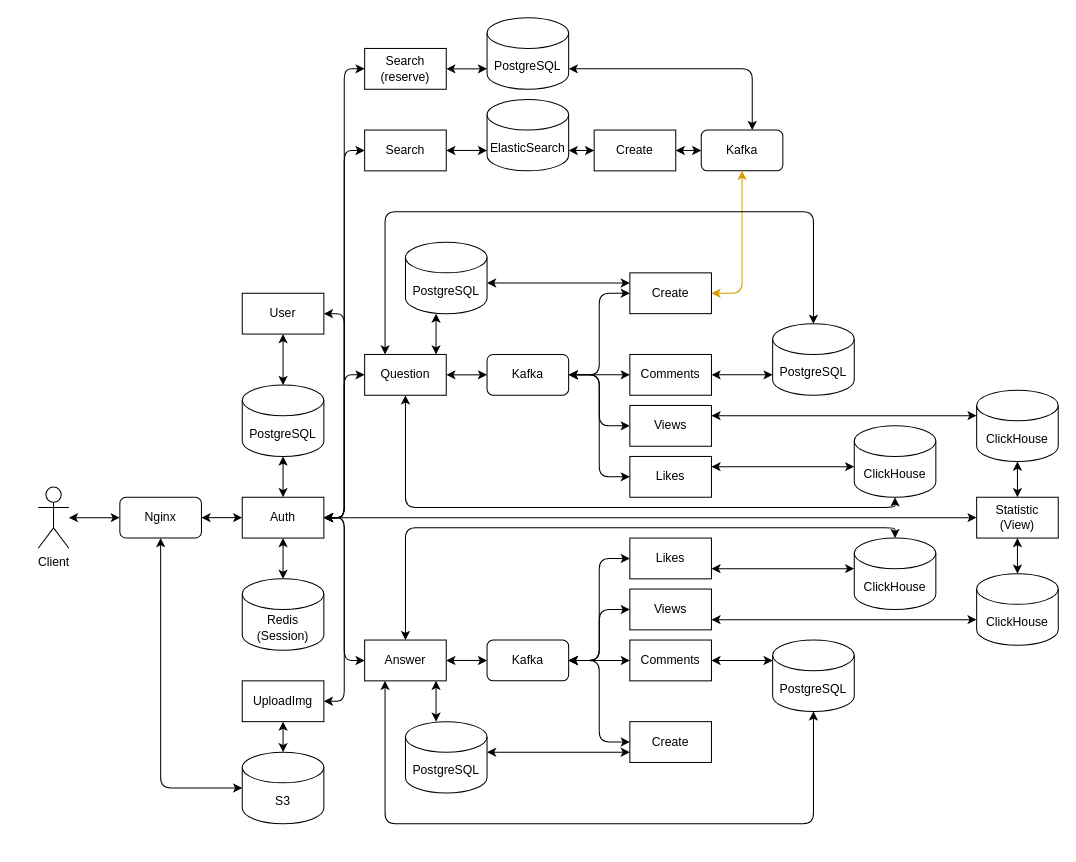
mihaillatyshov/TP-Highload-2023H2 keeps this draw.io diagram as bp_project.drawio. Above is the earlier version. Source tidied: cells renumbered, new cells numbered last; positions are measured from the earlier drawing's top-left corner, leaving out a move shared by most shapes. Both pictures are drawn from the tidied source at 102%, with x=0, y=0 at pixel (38, 17).
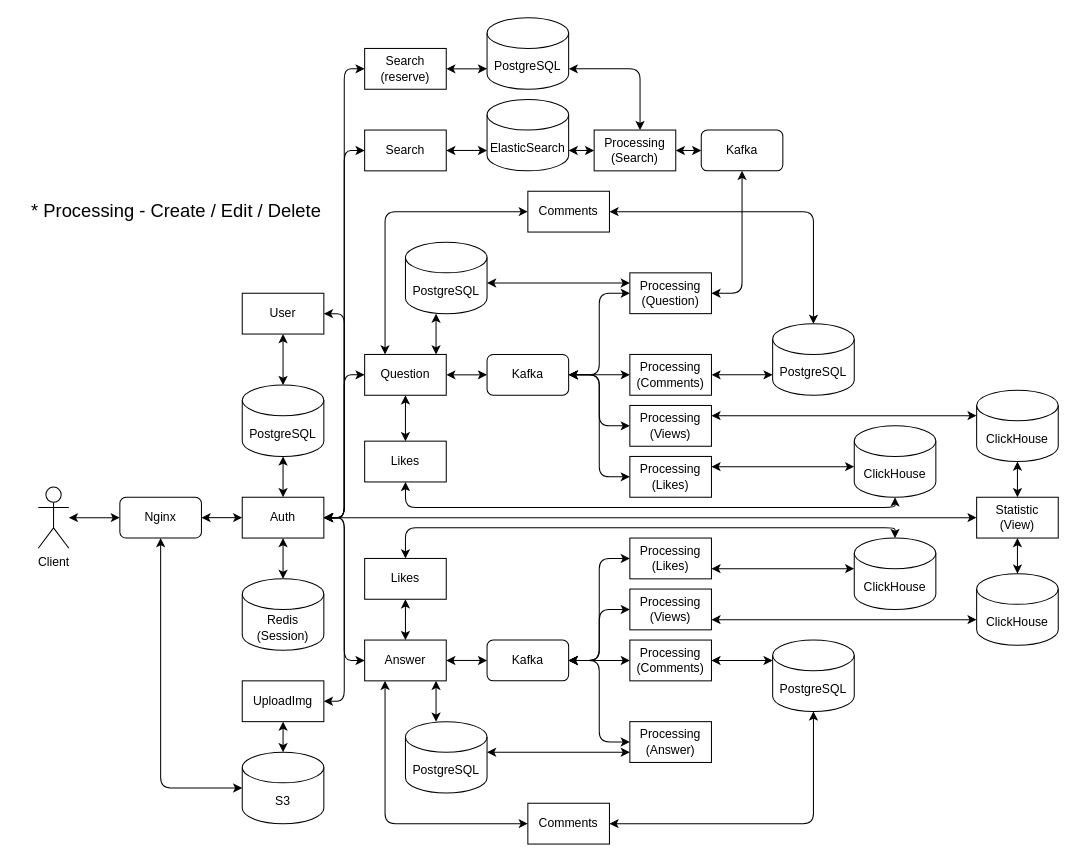
Above is the later version.

Unchanged cells that the change refers to:
```xml
<mxCell id="16" value="Question" style="rounded=0;whiteSpace=wrap;html=1;" parent="1" vertex="1">
  <mxGeometry x="320" y="330" width="80" height="40" as="geometry" />
</mxCell>
<mxCell id="31" value="Answer" style="rounded=0;whiteSpace=wrap;html=1;" parent="1" vertex="1">
  <mxGeometry x="320" y="610" width="80" height="40" as="geometry" />
</mxCell>
<mxCell id="39" value="ClickHouse" style="shape=cylinder3;whiteSpace=wrap;html=1;boundedLbl=1;backgroundOutline=1;size=15;" parent="1" vertex="1">
  <mxGeometry x="800" y="400" width="80" height="70" as="geometry" />
</mxCell>
<mxCell id="52" value="ClickHouse" style="shape=cylinder3;whiteSpace=wrap;html=1;boundedLbl=1;backgroundOutline=1;size=15;" parent="1" vertex="1">
  <mxGeometry x="800" y="510" width="80" height="70" as="geometry" />
</mxCell>
<mxCell id="54" value="PostgreSQL" style="shape=cylinder3;whiteSpace=wrap;html=1;boundedLbl=1;backgroundOutline=1;size=15;" parent="1" vertex="1">
  <mxGeometry x="720" y="300" width="80" height="70" as="geometry" />
</mxCell>
<mxCell id="56" value="PostgreSQL" style="shape=cylinder3;whiteSpace=wrap;html=1;boundedLbl=1;backgroundOutline=1;size=15;" parent="1" vertex="1">
  <mxGeometry x="720" y="610" width="80" height="70" as="geometry" />
</mxCell>
<mxCell id="73" value="Kafka" style="rounded=1;whiteSpace=wrap;html=1;" parent="1" vertex="1">
  <mxGeometry x="650" y="110" width="80" height="40" as="geometry" />
</mxCell>
<mxCell id="82" value="PostgreSQL" style="shape=cylinder3;whiteSpace=wrap;html=1;boundedLbl=1;backgroundOutline=1;size=15;" parent="1" vertex="1">
  <mxGeometry x="440" width="80" height="70" as="geometry" />
</mxCell>
```

What changed in the source:
```diff
@@
-    <mxCell id="28" value="Likes" style="rounded=0;whiteSpace=wrap;html=1;" parent="1" vertex="1">
+    <mxCell id="28" value="Processing&lt;br&gt;(Likes)" style="rounded=0;whiteSpace=wrap;html=1;" parent="1" vertex="1">
       <mxGeometry x="580" y="430" width="80" height="40" as="geometry" />
     </mxCell>
@@
-    <mxCell id="38" style="edgeStyle=elbowEdgeStyle;html=1;startArrow=classic;startFill=1;" parent="1" edge="1" source="39" target="16">
-      <mxGeometry relative="1" as="geometry">
-        <Array as="points">
-          <mxPoint x="540" y="480" />
-          <mxPoint x="560" y="490" />
-        </Array>
-      </mxGeometry>
+    <mxCell id="38" style="edgeStyle=elbowEdgeStyle;html=1;startArrow=classic;startFill=1;" parent="1" edge="1" source="89" target="16">
+      <mxGeometry relative="1" as="geometry" />
     </mxCell>
@@
-    <mxCell id="41" style="edgeStyle=elbowEdgeStyle;html=1;startArrow=classic;startFill=1;fillColor=#ffe6cc;strokeColor=#d79b00;elbow=vertical;" parent="1" edge="1" source="42" target="73">
+    <mxCell id="41" style="edgeStyle=elbowEdgeStyle;html=1;startArrow=classic;startFill=1;fillColor=#ffe6cc;strokeColor=default;elbow=vertical;" parent="1" edge="1" source="42" target="73">
       <mxGeometry relative="1" as="geometry">
         <Array as="points">
           <mxPoint x="690" y="270" />
           <mxPoint x="680" y="180" />
           <mxPoint x="620" y="180" />
         </Array>
       </mxGeometry>
     </mxCell>
-    <mxCell id="42" value="Create" style="rounded=0;whiteSpace=wrap;html=1;" parent="1" vertex="1">
+    <mxCell id="42" value="Processing&lt;br&gt;(Question)" style="rounded=0;whiteSpace=wrap;html=1;" parent="1" vertex="1">
       <mxGeometry x="580" y="250" width="80" height="40" as="geometry" />
     </mxCell>
@@
-    <mxCell id="44" value="Comments" style="rounded=0;whiteSpace=wrap;html=1;" parent="1" vertex="1">
+    <mxCell id="44" value="Processing&lt;br&gt;(Comments)" style="rounded=0;whiteSpace=wrap;html=1;" parent="1" vertex="1">
       <mxGeometry x="580" y="330" width="80" height="40" as="geometry" />
     </mxCell>
@@
-    <mxCell id="46" value="Likes" style="rounded=0;whiteSpace=wrap;html=1;" parent="1" vertex="1">
+    <mxCell id="46" value="Processing&lt;br&gt;(Likes)" style="rounded=0;whiteSpace=wrap;html=1;" parent="1" vertex="1">
       <mxGeometry x="580" y="510" width="80" height="40" as="geometry" />
     </mxCell>
@@
-    <mxCell id="48" value="Create" style="rounded=0;whiteSpace=wrap;html=1;" parent="1" vertex="1">
+    <mxCell id="48" value="Processing&lt;br&gt;(Answer)" style="rounded=0;whiteSpace=wrap;html=1;" parent="1" vertex="1">
       <mxGeometry x="580" y="690" width="80" height="40" as="geometry" />
     </mxCell>
@@
-    <mxCell id="50" value="Comments" style="rounded=0;whiteSpace=wrap;html=1;" parent="1" vertex="1">
+    <mxCell id="50" value="Processing&lt;br&gt;(Comments)" style="rounded=0;whiteSpace=wrap;html=1;" parent="1" vertex="1">
       <mxGeometry x="580" y="610" width="80" height="40" as="geometry" />
     </mxCell>
-    <mxCell id="51" style="edgeStyle=elbowEdgeStyle;html=1;startArrow=classic;startFill=1;" parent="1" edge="1" source="52" target="31">
+    <mxCell id="51" style="edgeStyle=elbowEdgeStyle;html=1;startArrow=classic;startFill=1;" parent="1" edge="1" source="87" target="31">
       <mxGeometry relative="1" as="geometry">
         <Array as="points">
-          <mxPoint x="360" y="500" />
-          <mxPoint x="760" y="500" />
+          <mxPoint x="360" y="600" />
         </Array>
       </mxGeometry>
     </mxCell>
@@
-    <mxCell id="53" style="edgeStyle=elbowEdgeStyle;elbow=vertical;html=1;startArrow=classic;startFill=1;" parent="1" edge="1" source="54" target="16">
+    <mxCell id="53" style="edgeStyle=elbowEdgeStyle;elbow=vertical;html=1;startArrow=classic;startFill=1;" parent="1" edge="1" source="91" target="16">
       <mxGeometry relative="1" as="geometry">
         <Array as="points">
           <mxPoint x="340" y="190" />
-          <mxPoint x="760" y="190" />
         </Array>
       </mxGeometry>
     </mxCell>
@@
-    <mxCell id="55" style="edgeStyle=elbowEdgeStyle;elbow=vertical;html=1;startArrow=classic;startFill=1;" parent="1" edge="1" source="56" target="31">
+    <mxCell id="55" style="edgeStyle=elbowEdgeStyle;elbow=vertical;html=1;startArrow=classic;startFill=1;" parent="1" edge="1" source="85" target="56">
       <mxGeometry relative="1" as="geometry">
         <Array as="points">
-          <mxPoint x="340" y="790" />
           <mxPoint x="760" y="790" />
         </Array>
       </mxGeometry>
     </mxCell>
@@
-    <mxCell id="58" value="Views" style="rounded=0;whiteSpace=wrap;html=1;" parent="1" vertex="1">
+    <mxCell id="58" value="Processing&lt;br&gt;(Views)" style="rounded=0;whiteSpace=wrap;html=1;" parent="1" vertex="1">
       <mxGeometry x="580" y="560" width="80" height="40" as="geometry" />
     </mxCell>
@@
-    <mxCell id="61" value="Views" style="rounded=0;whiteSpace=wrap;html=1;" parent="1" vertex="1">
+    <mxCell id="61" value="Processing&lt;br&gt;(Views)" style="rounded=0;whiteSpace=wrap;html=1;" parent="1" vertex="1">
       <mxGeometry x="580" y="380" width="80" height="40" as="geometry" />
     </mxCell>
@@
-    <mxCell id="72" style="edgeStyle=elbowEdgeStyle;html=1;startArrow=classic;startFill=1;endArrow=classic;endFill=1;" parent="1" edge="1" source="73" target="82">
-      <mxGeometry relative="1" as="geometry">
-        <Array as="points">
-          <mxPoint x="700" y="50" />
-          <mxPoint x="690" y="80" />
-        </Array>
-      </mxGeometry>
-    </mxCell>
@@
+    <mxCell id="72" style="edgeStyle=elbowEdgeStyle;html=1;strokeColor=default;elbow=vertical;startArrow=classic;startFill=1;" parent="1" edge="1" source="79" target="82">
+      <mxGeometry relative="1" as="geometry">
+        <Array as="points">
+          <mxPoint x="590" y="50" />
+        </Array>
+      </mxGeometry>
+    </mxCell>
-    <mxCell id="79" value="Create" style="rounded=0;whiteSpace=wrap;html=1;" parent="1" vertex="1">
+    <mxCell id="79" value="Processing&lt;br&gt;(Search)" style="rounded=0;whiteSpace=wrap;html=1;" parent="1" vertex="1">
       <mxGeometry x="545" y="110" width="80" height="40" as="geometry" />
     </mxCell>
@@
+    <mxCell id="83" value="&lt;font style=&quot;font-size: 18px;&quot;&gt;*&amp;nbsp;&lt;span style=&quot;&quot;&gt;Processing - Create / Edit / Delete&lt;/span&gt;&lt;/font&gt;" style="text;html=1;align=center;verticalAlign=middle;strokeColor=none;fillColor=none;" parent="1" vertex="1">
+      <mxGeometry x="-20" y="170" width="310" height="40" as="geometry" />
+    </mxCell>
+    <mxCell id="84" style="edgeStyle=elbowEdgeStyle;elbow=vertical;html=1;startArrow=classic;startFill=1;endArrow=classic;endFill=1;" parent="1" edge="1" source="31" target="85">
+      <mxGeometry relative="1" as="geometry">
+        <Array as="points">
+          <mxPoint x="340" y="790" />
+          <mxPoint x="570" y="790" />
+        </Array>
+      </mxGeometry>
+    </mxCell>
+    <mxCell id="85" value="Comments" style="rounded=0;whiteSpace=wrap;html=1;" parent="1" vertex="1">
+      <mxGeometry x="480" y="770" width="80" height="40" as="geometry" />
+    </mxCell>
+    <mxCell id="86" style="edgeStyle=elbowEdgeStyle;html=1;startArrow=classic;startFill=1;endArrow=classic;endFill=1;" parent="1" edge="1" source="52" target="87">
+      <mxGeometry relative="1" as="geometry">
+        <Array as="points">
+          <mxPoint x="360" y="500" />
+        </Array>
+      </mxGeometry>
+    </mxCell>
+    <mxCell id="87" value="Likes" style="rounded=0;whiteSpace=wrap;html=1;" parent="1" vertex="1">
+      <mxGeometry x="320" y="530" width="80" height="40" as="geometry" />
+    </mxCell>
+    <mxCell id="88" style="edgeStyle=elbowEdgeStyle;html=1;startArrow=classic;startFill=1;endArrow=classic;endFill=1;" parent="1" edge="1" source="39" target="89">
+      <mxGeometry relative="1" as="geometry">
+        <Array as="points">
+          <mxPoint x="540" y="480" />
+          <mxPoint x="560" y="490" />
+        </Array>
+      </mxGeometry>
+    </mxCell>
+    <mxCell id="89" value="Likes" style="rounded=0;whiteSpace=wrap;html=1;" parent="1" vertex="1">
+      <mxGeometry x="320" y="415" width="80" height="40" as="geometry" />
+    </mxCell>
+    <mxCell id="90" style="edgeStyle=elbowEdgeStyle;elbow=vertical;html=1;startArrow=classic;startFill=1;endArrow=classic;endFill=1;" parent="1" edge="1" source="54" target="91">
+      <mxGeometry relative="1" as="geometry">
+        <Array as="points">
+          <mxPoint x="760" y="190" />
+        </Array>
+      </mxGeometry>
+    </mxCell>
+    <mxCell id="91" value="Comments" style="rounded=0;whiteSpace=wrap;html=1;" parent="1" vertex="1">
+      <mxGeometry x="480" y="170" width="80" height="40" as="geometry" />
+    </mxCell>
```
